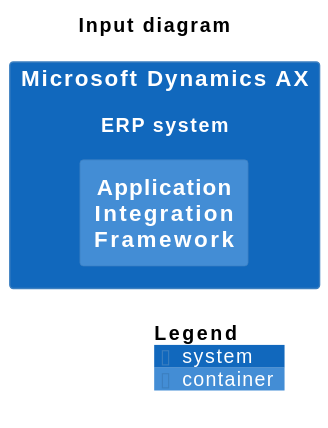
This is diagram.svg from localgod/catalyst, a PlantUML export, as it was before one commit.
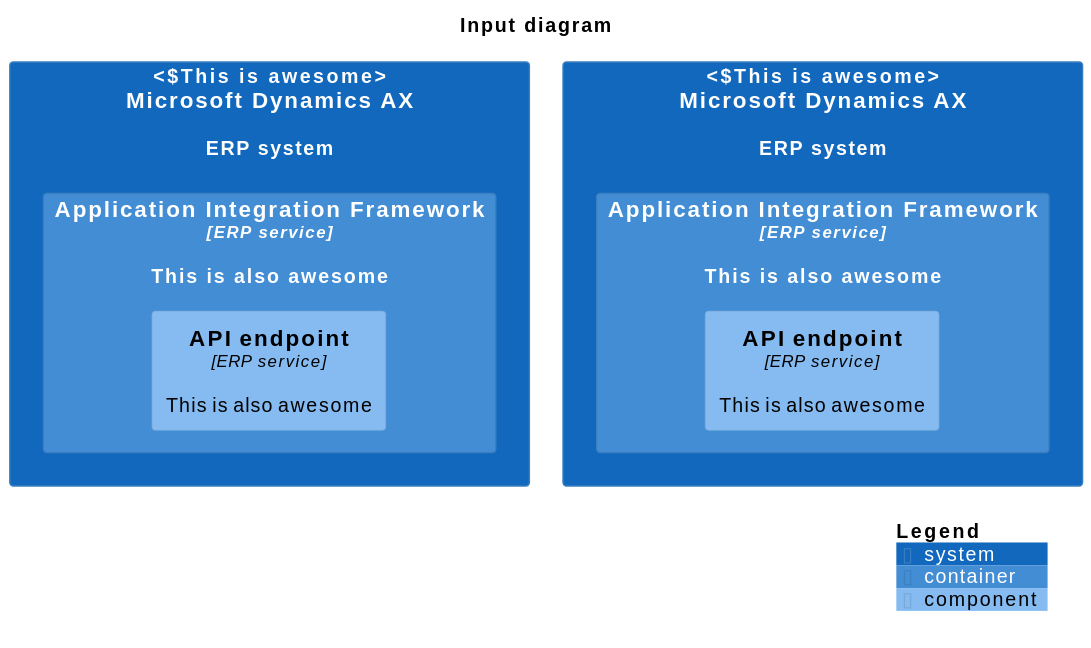
The same diagram one commit later.

Change to the diagram source:
```diff
@@ -4,8 +4,15 @@
 
 scale 1.0
 title Input diagram
-System(AX, "Microsoft Dynamics AX", "ERP system") {
-    Container(AIF, "Application Integration Framework", "", "", $tags=tytter)
+System(AX, "Microsoft Dynamics AX", "ERP system", "This is awesome") {
+    Container(AIF, "Application Integration Framework", "ERP service", "This is also awesome", $tags=tytter) {
+        Component(END, "API endpoint", "ERP service", "This is also awesome", $tags=tytter)
+    }
+}
+System(AX2, "Microsoft Dynamics AX", "ERP system", "This is awesome") {
+    Container(AIF2, "Application Integration Framework", "ERP service", "This is also awesome", $tags=tytter) {
+        Component(END2, "API endpoint", "ERP service", "This is also awesome", $tags=tytter)
+    }
 }
 
 LAYOUT_TOP_DOWN()
```
